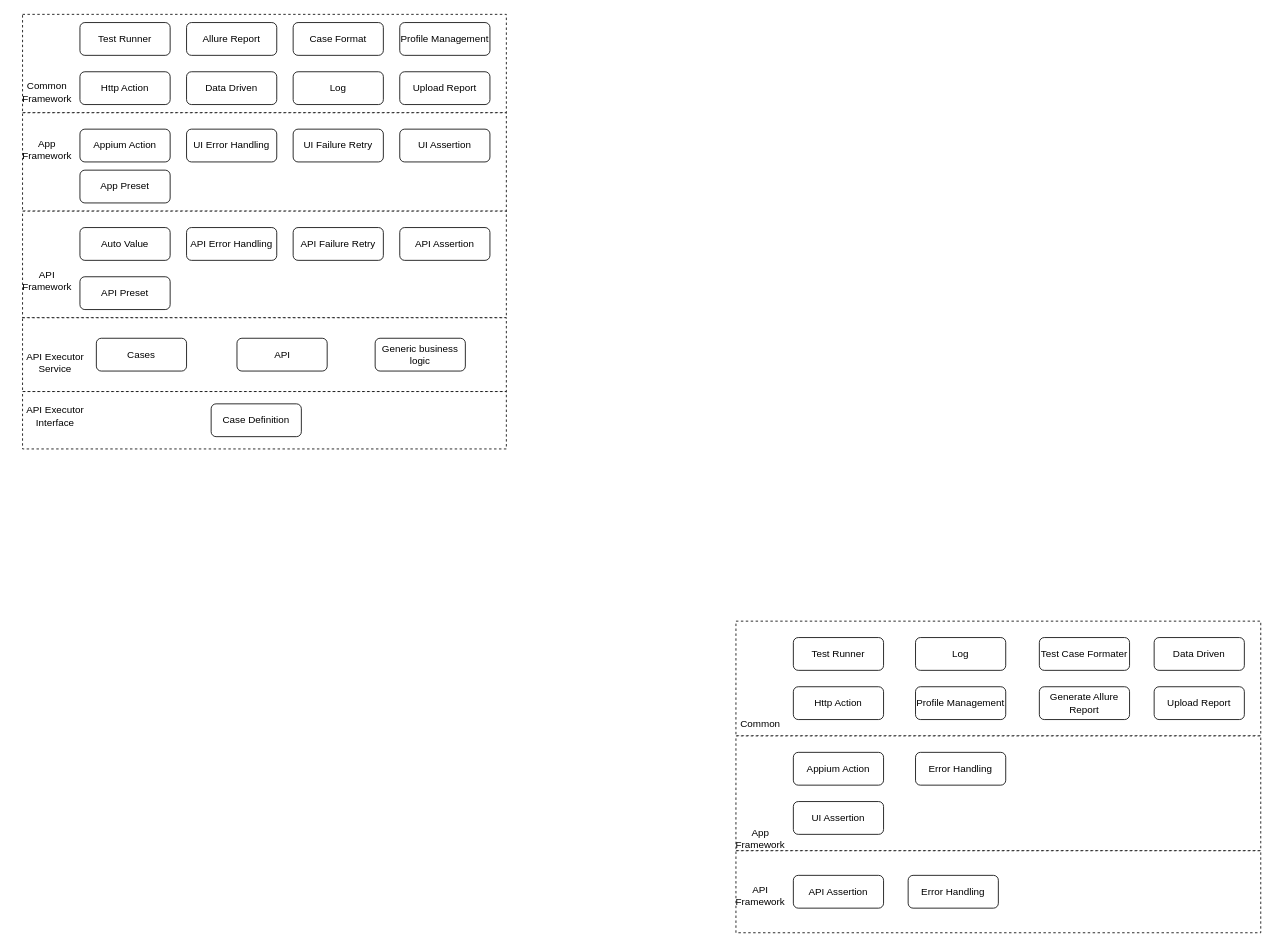
Above: page "框架功能" (9 of 9) of App Automation 2.0.drawio in michellec2021/appium-demo (draw.io), before the change. Source tidied: cells renumbered, new cells numbered last; positions are measured from the earlier drawing's top-left corner, leaving out a move shared by most shapes. Both pictures are drawn from the tidied source at 82%, with x=0, y=0 at pixel (18, 14).
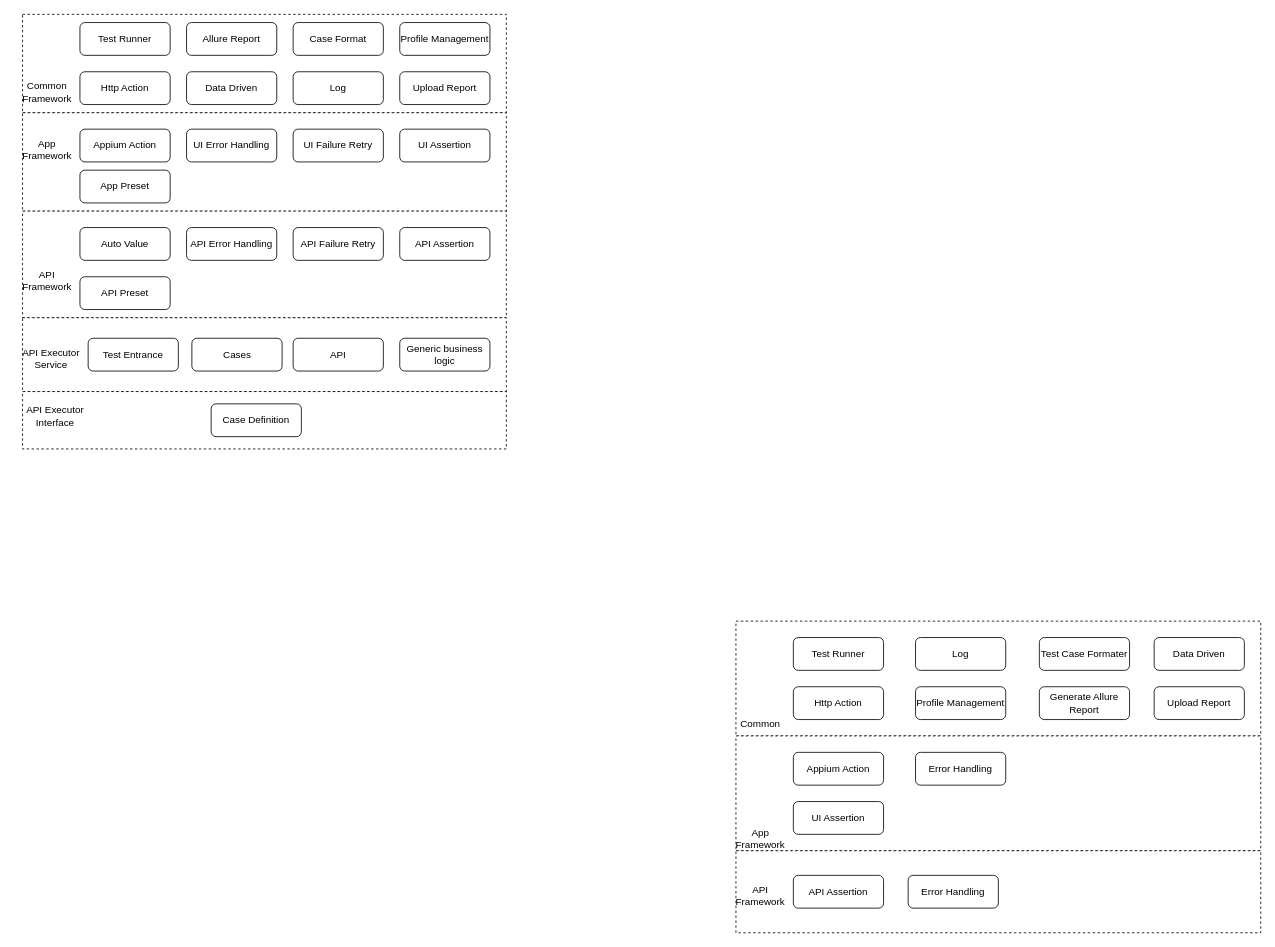
Above is the later version.

The edit, as a diff of the source:
```diff
@@
     <mxCell id="43" value="API Executor Service" style="text;html=1;strokeColor=none;fillColor=none;align=center;verticalAlign=middle;whiteSpace=wrap;rounded=0;" parent="1" vertex="1">
-      <mxGeometry y="410" width="90" height="30" as="geometry" />
+      <mxGeometry x="-5" y="405" width="90" height="30" as="geometry" />
     </mxCell>
     <mxCell id="44" value="Cases" style="rounded=1;whiteSpace=wrap;html=1;" parent="1" vertex="1">
-      <mxGeometry x="95" y="395" width="110" height="40" as="geometry" />
+      <mxGeometry x="211.5" y="395" width="110" height="40" as="geometry" />
     </mxCell>
@@
     <mxCell id="46" value="API" style="rounded=1;whiteSpace=wrap;html=1;" parent="1" vertex="1">
-      <mxGeometry x="266.5" y="395" width="110" height="40" as="geometry" />
+      <mxGeometry x="335" y="395" width="110" height="40" as="geometry" />
     </mxCell>
@@
     <mxCell id="50" value="Generic business logic" style="rounded=1;whiteSpace=wrap;html=1;" parent="1" vertex="1">
-      <mxGeometry x="435" y="395" width="110" height="40" as="geometry" />
+      <mxGeometry x="465" y="395" width="110" height="40" as="geometry" />
     </mxCell>
@@
+    <mxCell id="53" value="Test Entrance" style="rounded=1;whiteSpace=wrap;html=1;" parent="1" vertex="1">
+      <mxGeometry x="85" y="395" width="110" height="40" as="geometry" />
+    </mxCell>
```
